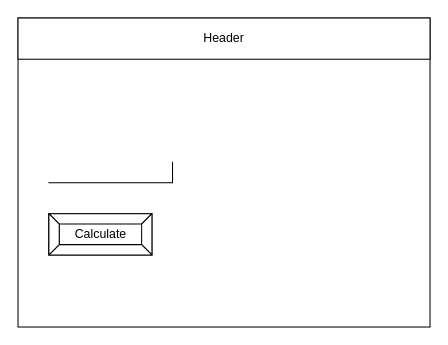
Before: design/story-board.drawio in Timothy-Manwell/ICS2O-Unit-5-06, a draw.io diagram. Source tidied: cells renumbered, new cells numbered last; positions are measured from the earlier drawing's top-left corner, leaving out a move shared by most shapes. Both pictures are drawn from the tidied source at 103%, with x=0, y=0 at pixel (18, 18).
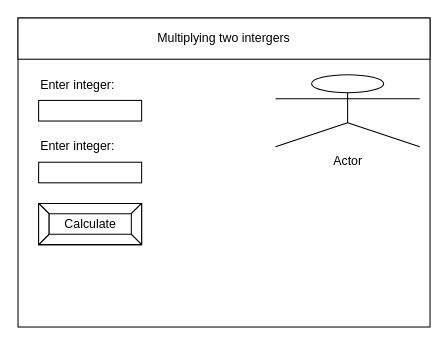
After the change.

The edit, as a diff of the source:
```diff
@@
 <mxGraphModel>
   <root>
     <mxCell id="0" />
     <mxCell id="1" parent="0" />
     <mxCell id="2" style="rounded=0;whiteSpace=wrap;html=1;" parent="1" vertex="1">
       <mxGeometry width="400" height="300" as="geometry" />
     </mxCell>
-    <mxCell id="3" value="Header" style="rounded=0;whiteSpace=wrap;html=1;" parent="1" vertex="1">
+    <mxCell id="3" value="Multiplying two intergers" style="rounded=0;whiteSpace=wrap;html=1;" parent="1" vertex="1">
       <mxGeometry width="400" height="40" as="geometry" />
     </mxCell>
-    <mxCell id="4" style="shape=partialRectangle;whiteSpace=wrap;html=1;top=0;left=0;fillColor=none;" parent="1" vertex="1">
-      <mxGeometry x="30" y="140" width="120" height="20" as="geometry" />
-    </mxCell>
     <mxCell id="5" value="Calculate" style="labelPosition=center;verticalLabelPosition=middle;align=center;html=1;shape=mxgraph.basic.button;dx=10;" parent="1" vertex="1">
-      <mxGeometry x="30" y="190" width="100" height="40" as="geometry" />
+      <mxGeometry x="20" y="180" width="100" height="40" as="geometry" />
     </mxCell>
+    <mxCell id="6" value="Enter integer:" style="text;html=1;strokeColor=none;fillColor=none;align=left;verticalAlign=middle;whiteSpace=wrap;rounded=0;" parent="1" vertex="1">
+      <mxGeometry x="20" y="50" width="100" height="30" as="geometry" />
+    </mxCell>
+    <mxCell id="7" style="rounded=0;whiteSpace=wrap;html=1;" parent="1" vertex="1">
+      <mxGeometry x="20" y="80" width="100" height="20" as="geometry" />
+    </mxCell>
+    <mxCell id="8" value="Enter integer:" style="text;html=1;strokeColor=none;fillColor=none;align=left;verticalAlign=middle;whiteSpace=wrap;rounded=0;" parent="1" vertex="1">
+      <mxGeometry x="20" y="110" width="100" height="30" as="geometry" />
+    </mxCell>
+    <mxCell id="9" style="rounded=0;whiteSpace=wrap;html=1;" parent="1" vertex="1">
+      <mxGeometry x="20" y="140" width="100" height="20" as="geometry" />
+    </mxCell>
+    <mxCell id="10" value="Actor" style="shape=umlActor;verticalLabelPosition=bottom;verticalAlign=top;html=1;" parent="1" vertex="1">
+      <mxGeometry x="250" y="55" width="140" height="70" as="geometry" />
+    </mxCell>
   </root>
 </mxGraphModel>
```
